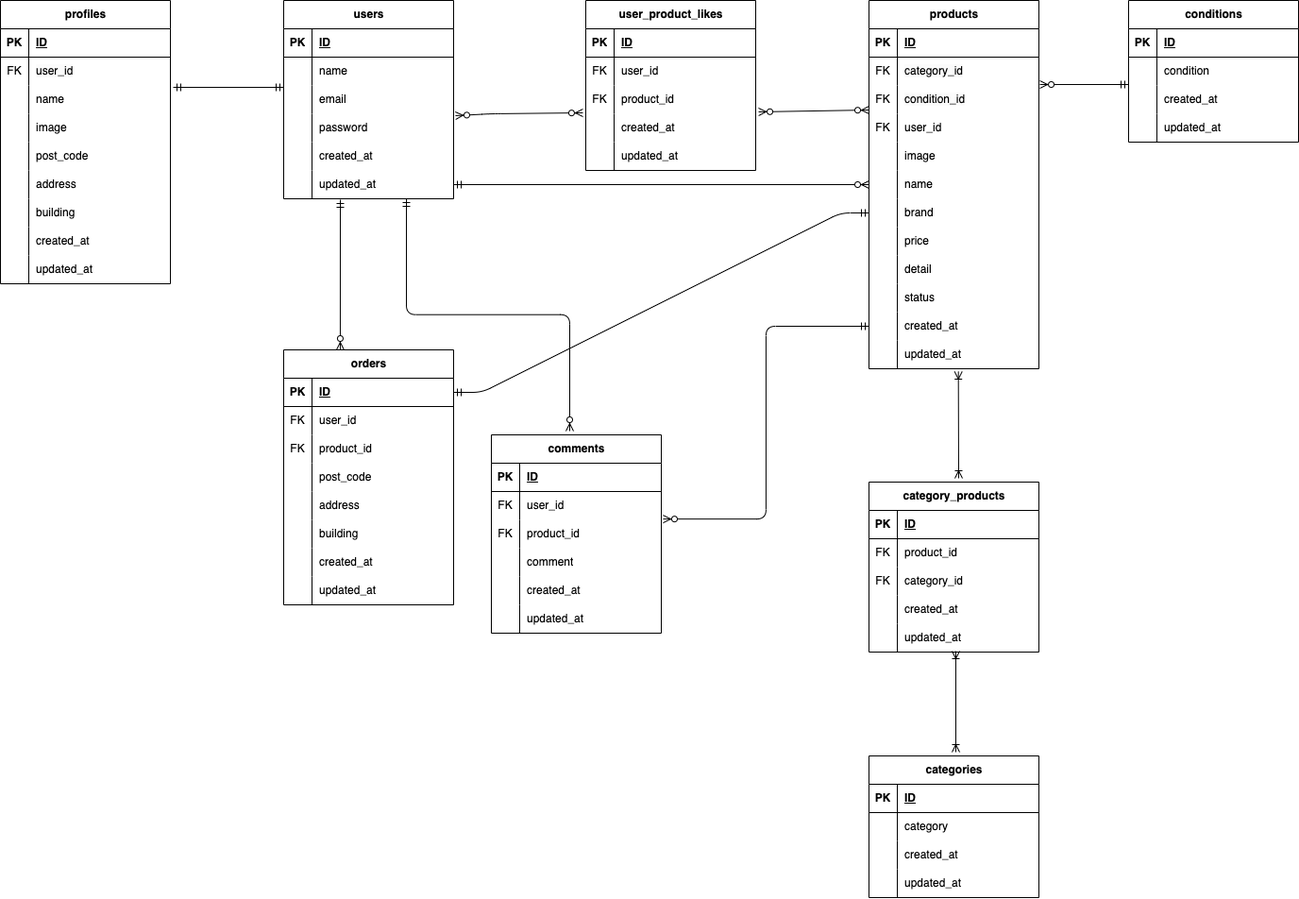
Before: flea_market.drawio.png, a diagram exported from draw.io (O-Yukine/Mock-Projrct-FleaMarketApp). Source tidied: cells renumbered, new cells last; positions are measured from the earlier drawing's top-left corner, leaving out a move shared by most shapes.
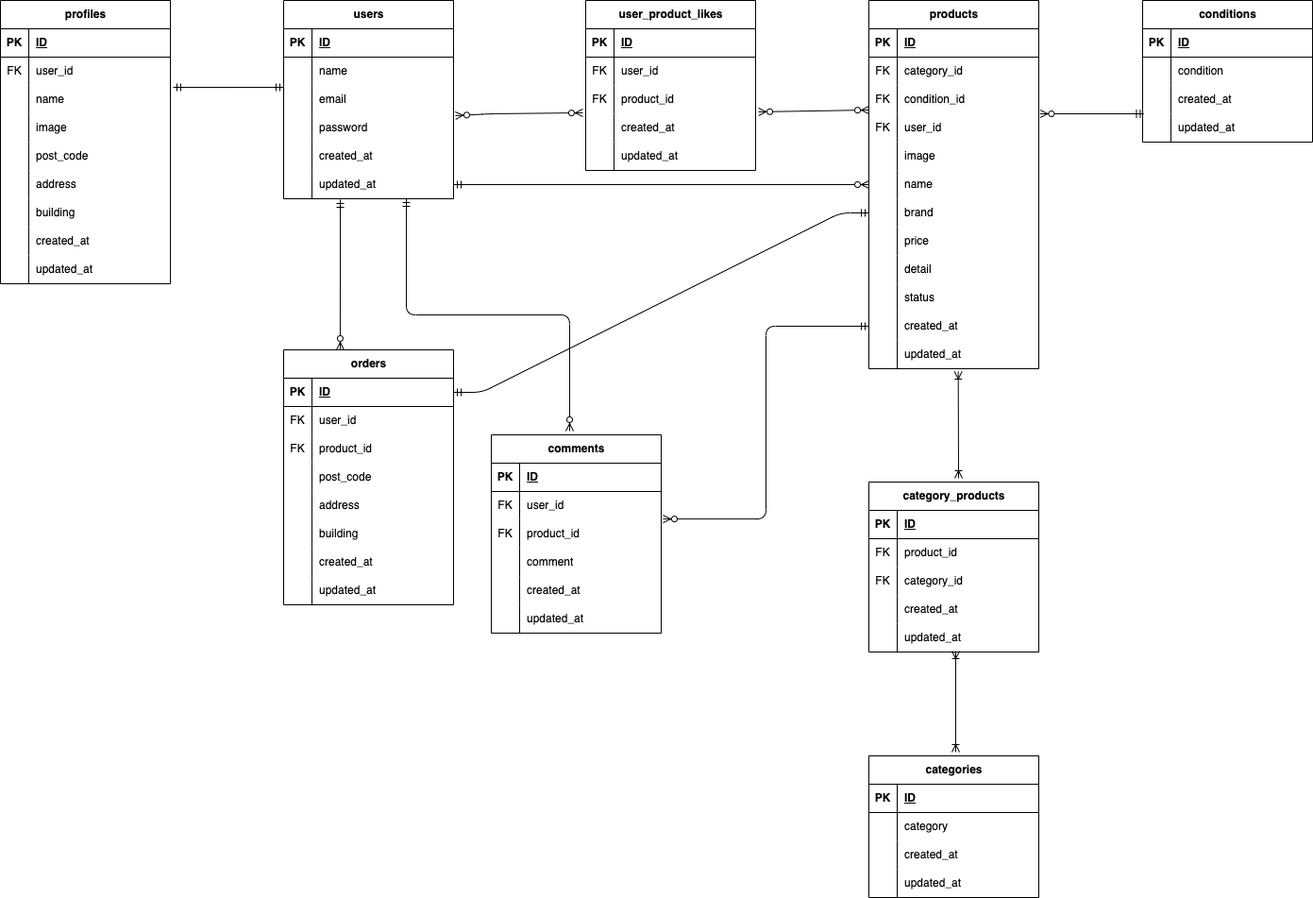
Above is the later version.

Diff of the diagram source:
```diff
@@ -303,7 +303,7 @@
       <mxGeometry x="30" width="150" height="30" as="geometry" />
     </mxCell>
     <mxCell id="102" value="conditions" style="shape=table;startSize=30;rowLines=0;fontStyle=1;align=center;html=1;" parent="1" vertex="1">
-      <mxGeometry x="1195" width="180" height="150" as="geometry" />
+      <mxGeometry x="1210" width="180" height="150" as="geometry" />
     </mxCell>
     <mxCell id="103" style="shape=tableRow;horizontal=0;startSize=0;swimlaneHead=0;swimlaneBody=0;fillColor=none;top=0;left=0;right=0;bottom=1;" parent="102" vertex="1">
       <mxGeometry y="30" width="180" height="30" as="geometry" />
@@ -565,11 +565,6 @@
         <mxPoint x="183" y="92" as="sourcePoint" />
       </mxGeometry>
     </mxCell>
-    <mxCell id="189" style="fontSize=12;html=1;endArrow=ERzeroToMany;startArrow=ERmandOne;elbow=vertical;entryX=1.006;entryY=-0.033;entryDx=0;entryDy=0;entryPerimeter=0;" parent="1" edge="1" target="56">
-      <mxGeometry relative="1" as="geometry">
-        <mxPoint x="1195" y="89" as="sourcePoint" />
-      </mxGeometry>
-    </mxCell>
     <mxCell id="190" style="edgeStyle=elbowEdgeStyle;fontSize=12;html=1;endArrow=ERzeroToMany;startArrow=ERmandOne;entryX=1.011;entryY=-0.029;entryDx=0;entryDy=0;entryPerimeter=0;exitX=0;exitY=0.5;exitDx=0;exitDy=0;" parent="1" edge="1" source="80" target="163">
       <mxGeometry relative="1" as="geometry" />
     </mxCell>
@@ -610,5 +605,8 @@
     <mxCell id="198" style="fontSize=12;html=1;endArrow=ERzeroToMany;endFill=1;startArrow=ERzeroToMany;exitX=1.017;exitY=-0.067;exitDx=0;exitDy=0;exitPerimeter=0;entryX=0;entryY=0.867;entryDx=0;entryDy=0;entryPerimeter=0;" parent="1" edge="1" source="96" target="56">
       <mxGeometry relative="1" as="geometry" />
     </mxCell>
+    <mxCell id="199" style="fontSize=12;html=1;endArrow=ERzeroToMany;startArrow=ERmandOne;exitX=0.008;exitY=0;exitDx=0;exitDy=0;entryX=1.008;entryY=0;entryDx=0;entryDy=0;entryPerimeter=0;exitPerimeter=0;" parent="1" edge="1" source="112" target="59">
+      <mxGeometry relative="1" as="geometry" />
+    </mxCell>
   </root>
 </mxGraphModel>
```
